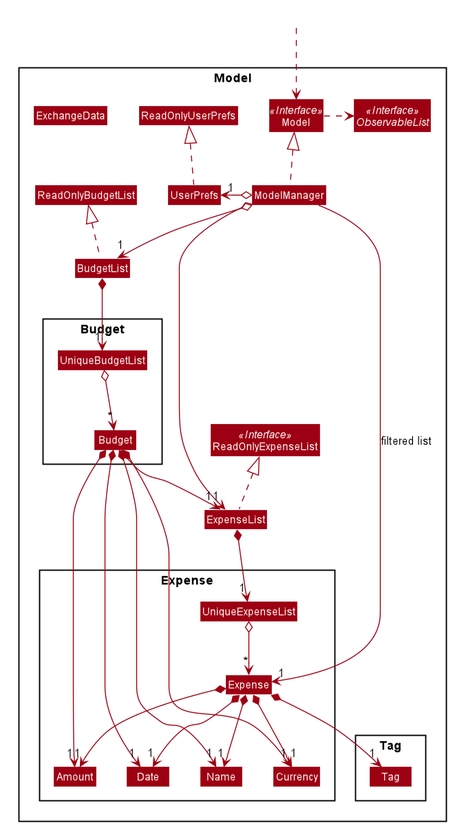
Earlier version of the PlantUML export images/ModelClassDiagram.png (AY1920S1-CS2103-T14-4/main).
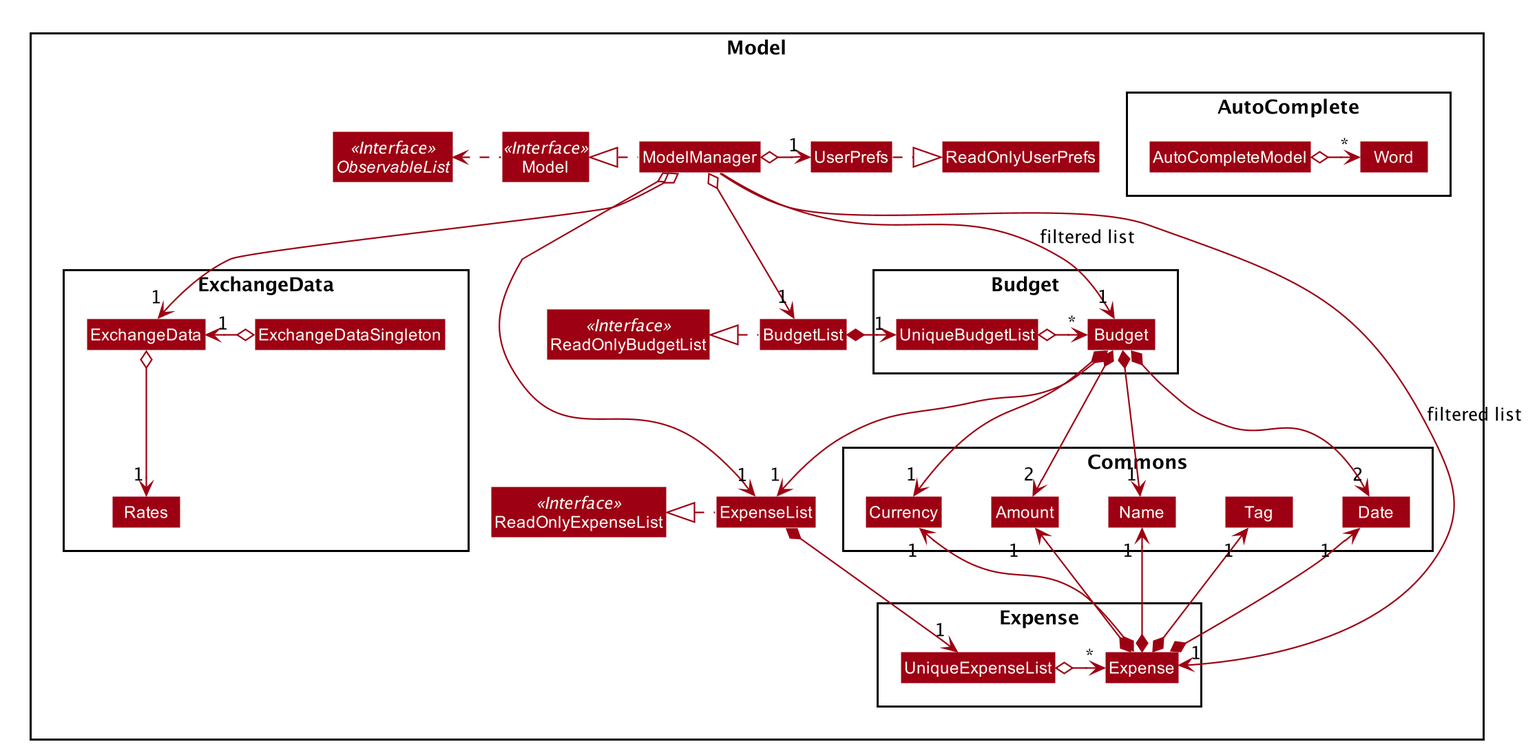
Later version of the same file.

Diff of the diagram source:
```diff
@@ -53,6 +53,7 @@
 
 Package Model <<Rectangle>>{
 Interface ReadOnlyExpenseList <<Interface>>
+Interface ReadOnlyBudgetList <<Interface>>
 Interface Model <<Interface>>
 Interface ObservableList <<Interface>>
 Class ExpenseList
@@ -65,59 +66,73 @@
 Class UserPrefs
 Class ReadOnlyUserPrefs
 
+Package Commons {
+Class Name
+Class Amount
+Class Currency
+Class Date
+Class Tag
+}
+
 Package Expense {
 Class Expense
-Class Amount
-Class Date
-Class Name
-Class Currency
 Class UniqueExpenseList
 }
 
 Package Budget {
 Class Budget
-Class Amount
-Class Date
-Class Name
 Class UniqueBudgetList
 }
 
-Package Tag {
-Class Tag
-}
+Package ExchangeData {
+Class ExchangeData
+Class ExchangeDataSingleton
+Class Rates
 }
 
-Class HiddenOutside #FFFFFF
-HiddenOutside ..> Model
+Package AutoComplete {
+Class AutoCompleteModel
+Class Word
+}
 
-ExpenseList .up.|> ReadOnlyExpenseList
-BudgetList .up.|> ReadOnlyBudgetList
+Budget *-down-> "1" Name
+Budget *-down-> "2" Amount
+Budget *-down-> "1" Currency
+Budget *-down-> "2" Date
+Budget *-down-> "1" ExpenseList
 
-ModelManager .up.|> Model
-Model .right.> ObservableList
-ModelManager o--> "1" ExpenseList
-ModelManager o--> "1" BudgetList
-ModelManager o-left-> "1" UserPrefs
-UserPrefs .up.|> ReadOnlyUserPrefs
+ExchangeDataSingleton o-left->"1" ExchangeData
+ExchangeData o-down-> "1" Rates
 
+AutoCompleteModel o-right->"*" Word
+
+ExpenseList .left.|> ReadOnlyExpenseList
 ExpenseList *--> "1" UniqueExpenseList
-UniqueExpenseList o--> "*" Expense
-Expense *--> "1" Name
-Expense *--> "1" Amount
-Expense *--> "1" Date
-Expense *--> "1" Tag
-Expense *--> "1" Currency
 
-BudgetList *--> "1" UniqueBudgetList
-UniqueBudgetList o--> "*" Budget
-Budget *--> "1" Name
-Budget *--> "1" Amount
-Budget *--> "1" Date
-Budget *--> "1" Currency
-Budget *--> "1" ExpenseList
 
-Name -[hidden]right-> Amount
-Amount -[hidden]right-> Date
+BudgetList .left.|> ReadOnlyBudgetList
+BudgetList *-right-> "1" UniqueBudgetList
 
-ModelManager -->"1" Expense : filtered list
+UniqueBudgetList o-right-> "*" Budget
+
+ModelManager o-down-> "1" BudgetList
+ModelManager o-down-> "1" ExpenseList
+ModelManager .left.|> Model
+ModelManager o-right-> "1" UserPrefs
+ModelManager o-down-> "1" ExchangeData
+
+
+Model .left.> ObservableList
+
+UserPrefs .right.|> ReadOnlyUserPrefs
+
+UniqueExpenseList o-right-> "*" Expense
+Expense *-up-> "1 " Name
+Expense *-up-> "1   " Amount
+Expense *-up-> "1 " Currency
+Expense *-up-> "1   " Date
+Expense *-up-> "1 " Tag
+
+ModelManager -down->"1" Expense : filtered list
+ModelManager -down->"1" Budget : filtered list
 @enduml
```
